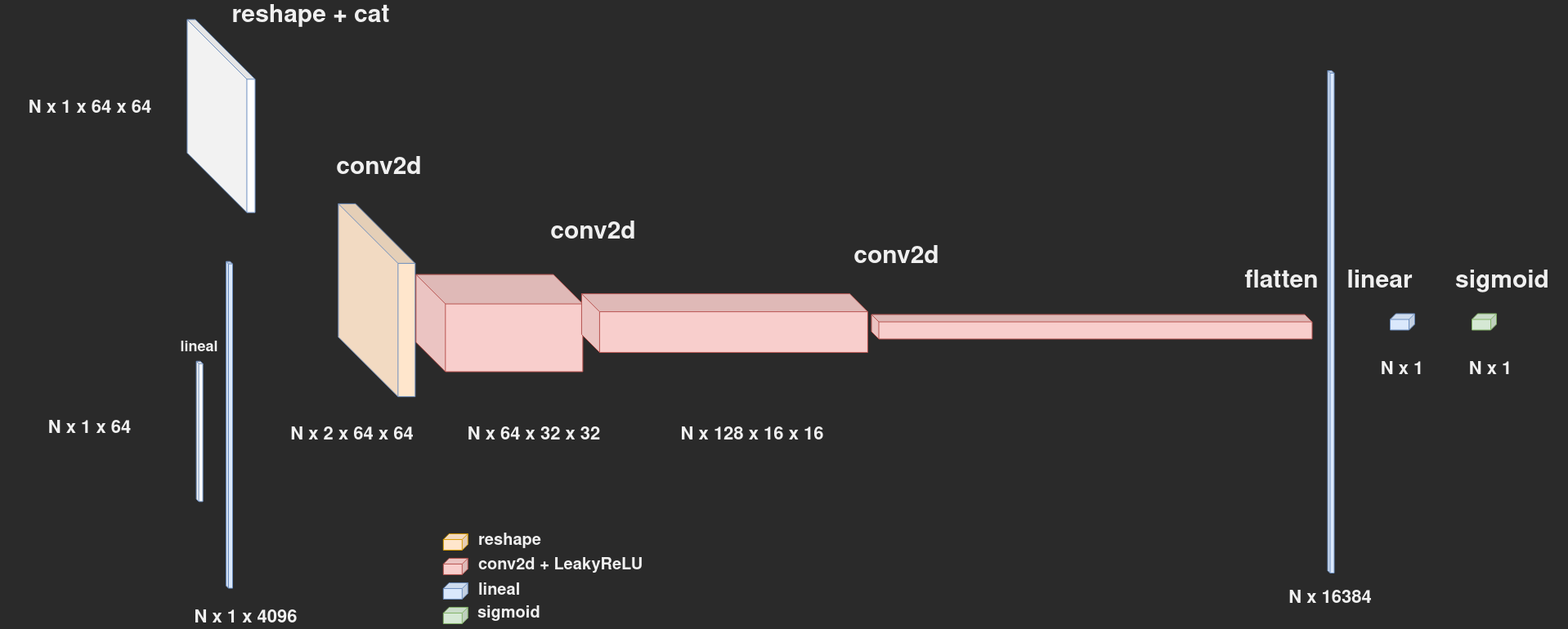
Above: figures/reference/disc_arch.png in maxibove13/wakeGAN (draw.io), before the change. Source tidied: cells renumbered, new cells last; positions are measured from the earlier drawing's top-left corner, leaving out a move shared by most shapes.
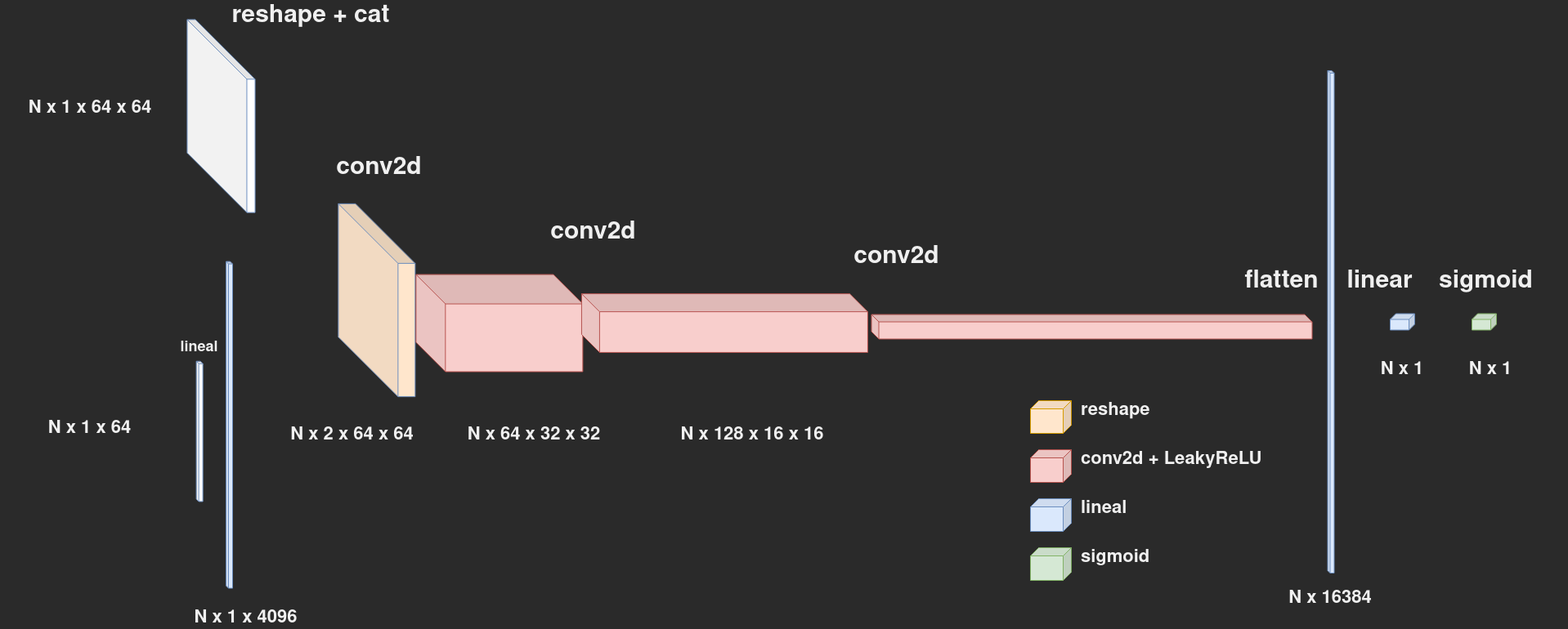
After the change.

The edit, as a diff of the source:
```diff
@@ -45,7 +45,7 @@
       <mxGeometry x="1610" y="330" width="155" height="30" as="geometry" />
     </mxCell>
     <mxCell id="16" value="&lt;font style=&quot;font-size: 30px;&quot;&gt;sigmoid&lt;/font&gt;" style="text;html=1;strokeColor=none;fillColor=none;align=center;verticalAlign=middle;whiteSpace=wrap;rounded=0;fontSize=18;fontStyle=1;" parent="1" vertex="1">
-      <mxGeometry x="1760" y="330" width="155" height="30" as="geometry" />
+      <mxGeometry x="1740" y="330" width="155" height="30" as="geometry" />
     </mxCell>
     <mxCell id="17" value="&lt;div style=&quot;font-size: 22px;&quot;&gt;N x 128 x 16 x 16&lt;/div&gt;" style="text;html=1;strokeColor=none;fillColor=none;align=center;verticalAlign=middle;whiteSpace=wrap;rounded=0;rotation=0;fontSize=22;fontStyle=1;" parent="1" vertex="1">
       <mxGeometry x="826.8" y="520" width="186.1" height="24" as="geometry" />
@@ -80,29 +80,29 @@
     <mxCell id="27" value="&lt;b style=&quot;font-size: 22px;&quot;&gt;N x 1 x 64 x 64&lt;br style=&quot;font-size: 22px;&quot;&gt;&lt;/b&gt;" style="text;html=1;strokeColor=none;fillColor=none;align=center;verticalAlign=middle;whiteSpace=wrap;rounded=0;rotation=0;fontSize=22;" parent="1" vertex="1">
       <mxGeometry y="120" width="220" height="24" as="geometry" />
     </mxCell>
-    <mxCell id="28" style="shape=cube;whiteSpace=wrap;html=1;boundedLbl=1;backgroundOutline=1;darkOpacity=0.05;darkOpacity2=0.1;size=7;direction=east;flipH=1;fillColor=#ffe6cc;strokeColor=#d79b00;" parent="1" vertex="1">
-      <mxGeometry x="541.8" y="652.9" width="30" height="20" as="geometry" />
+    <mxCell id="28" style="shape=cube;whiteSpace=wrap;html=1;boundedLbl=1;backgroundOutline=1;darkOpacity=0.05;darkOpacity2=0.1;size=10;direction=east;flipH=1;fillColor=#ffe6cc;strokeColor=#d79b00;" parent="1" vertex="1">
+      <mxGeometry x="1260" y="490" width="50" height="40" as="geometry" />
     </mxCell>
-    <mxCell id="29" style="shape=cube;whiteSpace=wrap;html=1;boundedLbl=1;backgroundOutline=1;darkOpacity=0.05;darkOpacity2=0.1;size=7;direction=east;flipH=1;fillColor=#f8cecc;strokeColor=#b85450;" parent="1" vertex="1">
-      <mxGeometry x="541.8" y="682.9" width="30" height="20" as="geometry" />
+    <mxCell id="29" style="shape=cube;whiteSpace=wrap;html=1;boundedLbl=1;backgroundOutline=1;darkOpacity=0.05;darkOpacity2=0.1;size=10;direction=east;flipH=1;fillColor=#f8cecc;strokeColor=#b85450;" parent="1" vertex="1">
+      <mxGeometry x="1260" y="550" width="50" height="40" as="geometry" />
     </mxCell>
-    <mxCell id="30" style="shape=cube;whiteSpace=wrap;html=1;boundedLbl=1;backgroundOutline=1;darkOpacity=0.05;darkOpacity2=0.1;size=7;direction=east;flipH=1;fillColor=#dae8fc;strokeColor=#6c8ebf;" parent="1" vertex="1">
-      <mxGeometry x="541.8" y="712.9" width="30" height="20" as="geometry" />
+    <mxCell id="30" style="shape=cube;whiteSpace=wrap;html=1;boundedLbl=1;backgroundOutline=1;darkOpacity=0.05;darkOpacity2=0.1;size=10;direction=east;flipH=1;fillColor=#dae8fc;strokeColor=#6c8ebf;" parent="1" vertex="1">
+      <mxGeometry x="1260" y="610" width="50" height="40" as="geometry" />
     </mxCell>
-    <mxCell id="31" style="shape=cube;whiteSpace=wrap;html=1;boundedLbl=1;backgroundOutline=1;darkOpacity=0.05;darkOpacity2=0.1;size=7;direction=east;flipH=1;fillColor=#d5e8d4;strokeColor=#82b366;" parent="1" vertex="1">
-      <mxGeometry x="541.8" y="742.9" width="30" height="20" as="geometry" />
+    <mxCell id="31" style="shape=cube;whiteSpace=wrap;html=1;boundedLbl=1;backgroundOutline=1;darkOpacity=0.05;darkOpacity2=0.1;size=10;direction=east;flipH=1;fillColor=#d5e8d4;strokeColor=#82b366;" parent="1" vertex="1">
+      <mxGeometry x="1260" y="670" width="50" height="40" as="geometry" />
     </mxCell>
-    <mxCell id="32" value="reshape" style="text;html=1;strokeColor=none;fillColor=none;align=left;verticalAlign=middle;whiteSpace=wrap;rounded=0;fontStyle=1;fontSize=20;" parent="1" vertex="1">
-      <mxGeometry x="582.8" y="650" width="138" height="23.9" as="geometry" />
+    <mxCell id="32" value="reshape" style="text;html=1;strokeColor=none;fillColor=none;align=left;verticalAlign=middle;whiteSpace=wrap;rounded=0;fontStyle=1;fontSize=22;" parent="1" vertex="1">
+      <mxGeometry x="1320" y="490" width="138" height="23.9" as="geometry" />
     </mxCell>
-    <mxCell id="33" value="conv2d + LeakyReLU" style="text;html=1;strokeColor=none;fillColor=none;align=left;verticalAlign=middle;whiteSpace=wrap;rounded=0;fontStyle=1;fontSize=20;" parent="1" vertex="1">
-      <mxGeometry x="582.8" y="680" width="244" height="23.9" as="geometry" />
+    <mxCell id="33" value="conv2d + LeakyReLU" style="text;html=1;strokeColor=none;fillColor=none;align=left;verticalAlign=middle;whiteSpace=wrap;rounded=0;fontStyle=1;fontSize=22;" parent="1" vertex="1">
+      <mxGeometry x="1320" y="550" width="244" height="23.9" as="geometry" />
     </mxCell>
-    <mxCell id="34" value="lineal" style="text;html=1;strokeColor=none;fillColor=none;align=left;verticalAlign=middle;whiteSpace=wrap;rounded=0;fontStyle=1;fontSize=20;" parent="1" vertex="1">
-      <mxGeometry x="582.8" y="711.1" width="138" height="23.9" as="geometry" />
+    <mxCell id="34" value="lineal" style="text;html=1;strokeColor=none;fillColor=none;align=left;verticalAlign=middle;whiteSpace=wrap;rounded=0;fontStyle=1;fontSize=22;" parent="1" vertex="1">
+      <mxGeometry x="1320" y="610" width="138" height="23.9" as="geometry" />
     </mxCell>
-    <mxCell id="35" value="sigmoid" style="text;html=1;strokeColor=none;fillColor=none;align=left;verticalAlign=middle;whiteSpace=wrap;rounded=0;fontStyle=1;fontSize=20;" parent="1" vertex="1">
-      <mxGeometry x="581.8" y="739.1" width="138" height="23.9" as="geometry" />
+    <mxCell id="35" value="sigmoid" style="text;html=1;strokeColor=none;fillColor=none;align=left;verticalAlign=middle;whiteSpace=wrap;rounded=0;fontStyle=1;fontSize=22;" parent="1" vertex="1">
+      <mxGeometry x="1320" y="670" width="138" height="23.9" as="geometry" />
     </mxCell>
     <mxCell id="36" style="shape=cube;whiteSpace=wrap;html=1;boundedLbl=1;backgroundOutline=1;darkOpacity=0.05;darkOpacity2=0.1;size=7;direction=east;flipH=1;fillColor=#d5e8d4;strokeColor=#82b366;" parent="1" vertex="1">
       <mxGeometry x="1800" y="383.5" width="30" height="20" as="geometry" />
```
